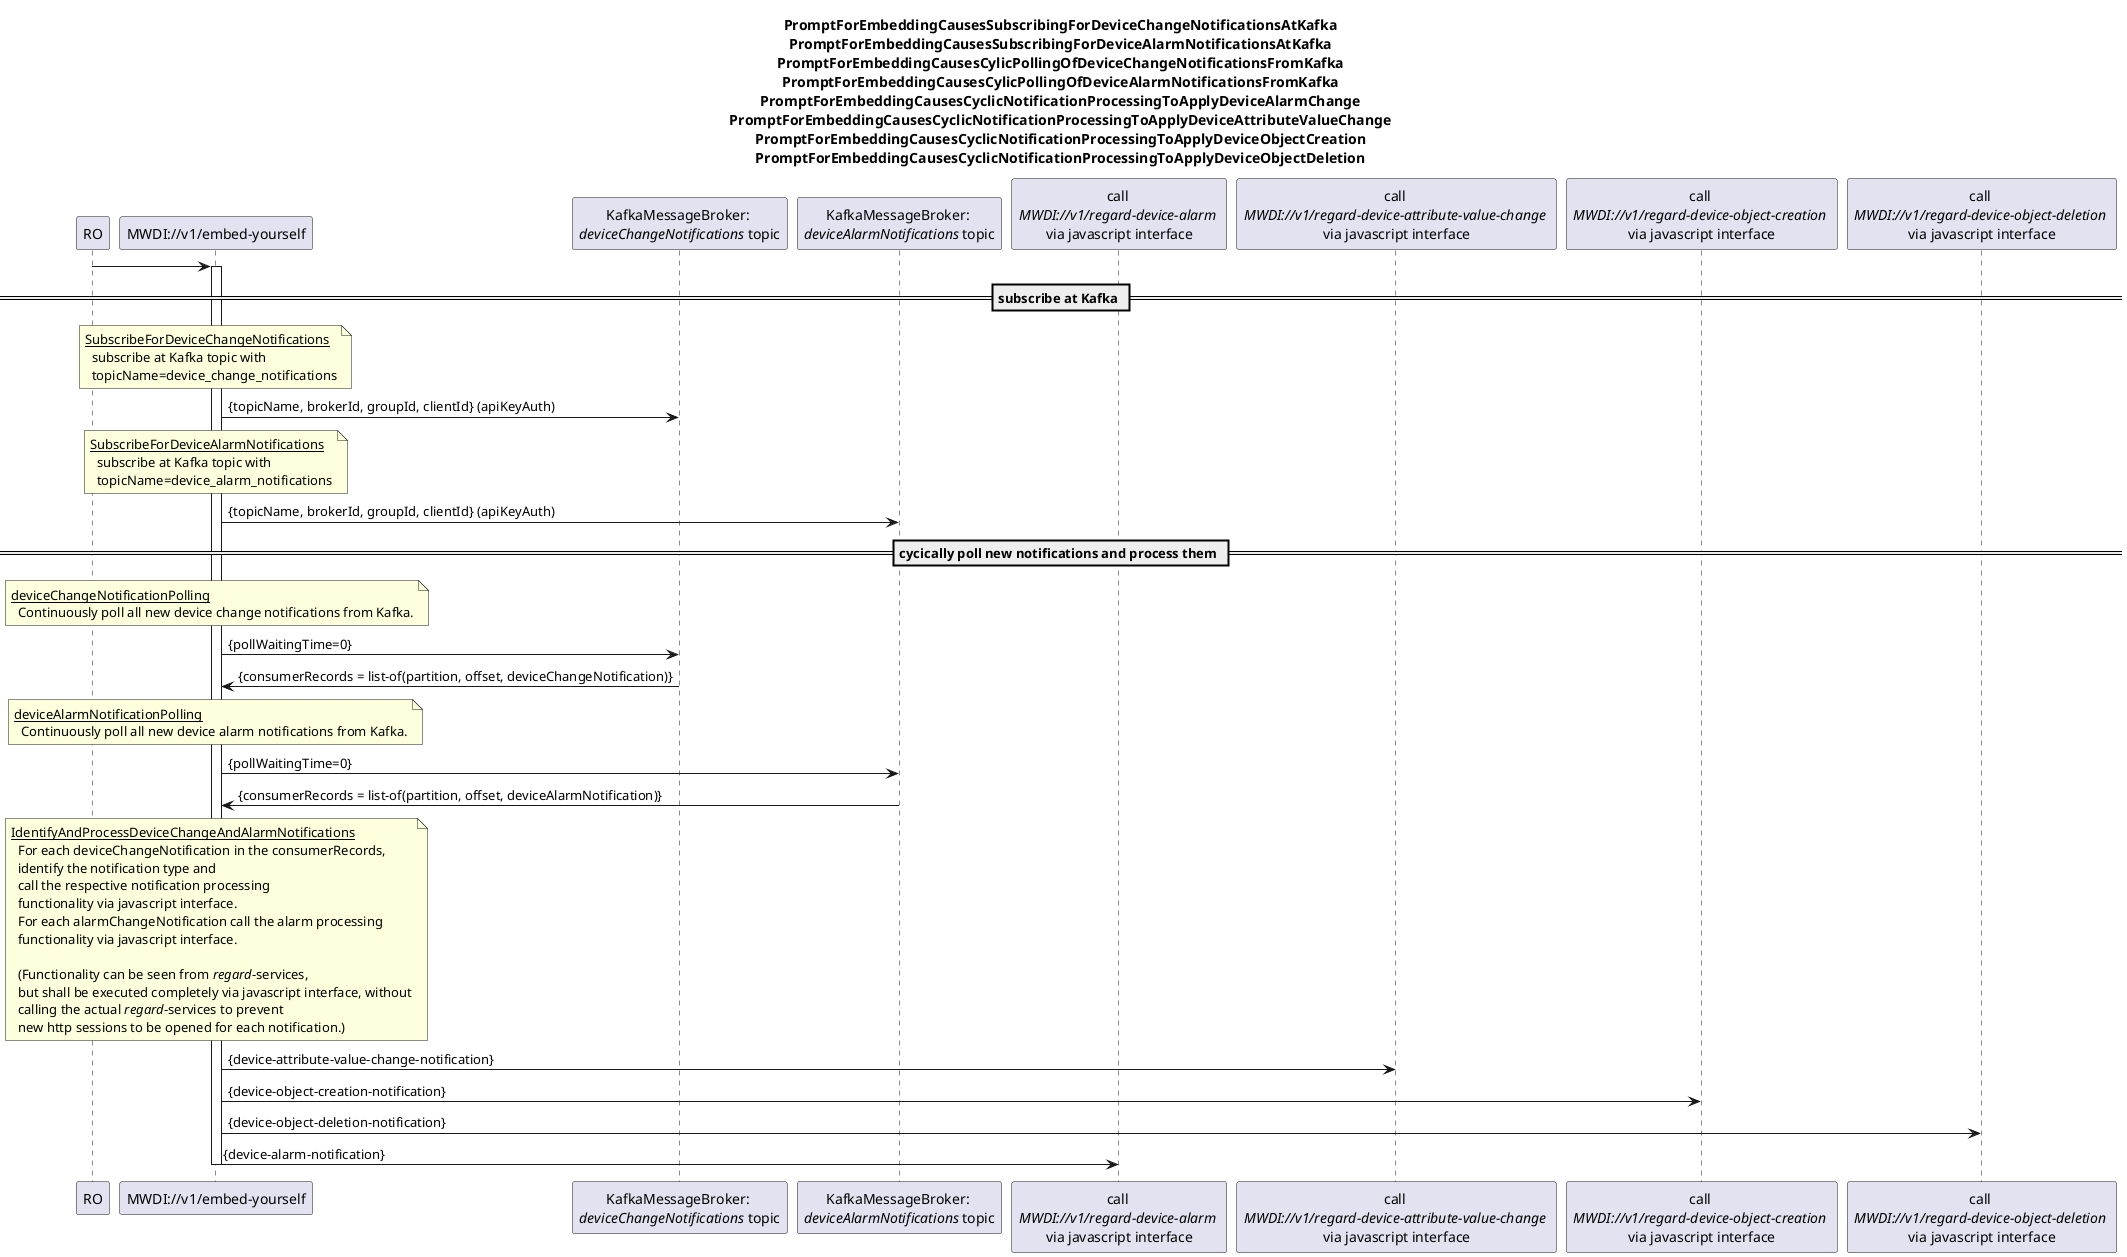
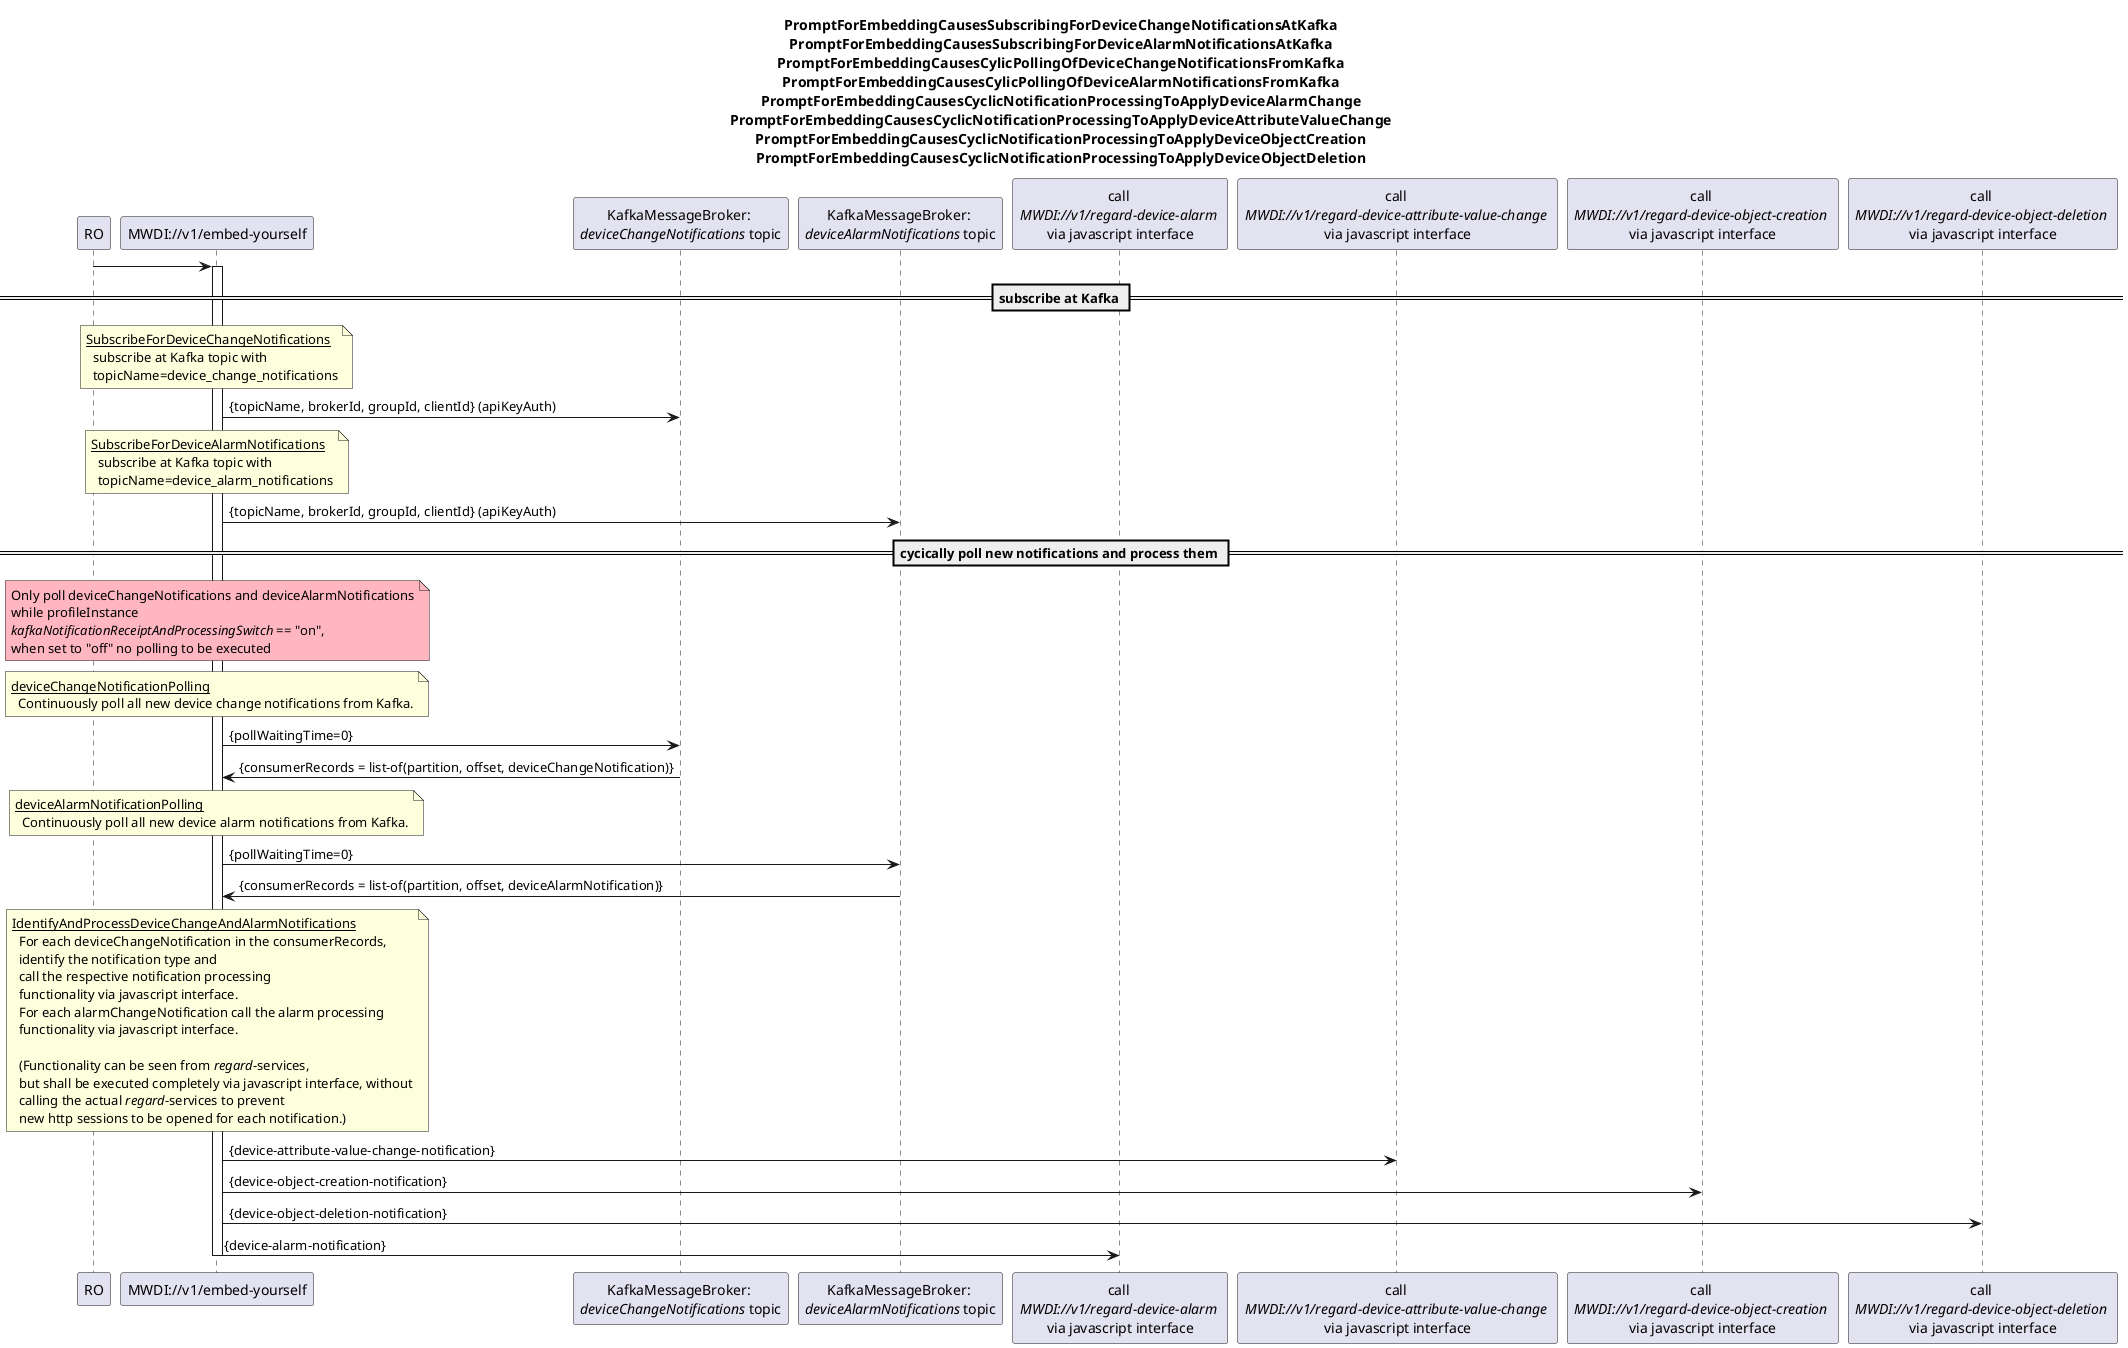
@startuml 01x_NotificationPollingFromKafkaAndProcessing
skinparam responseMessageBelowArrow true

title
PromptForEmbeddingCausesSubscribingForDeviceChangeNotificationsAtKafka
PromptForEmbeddingCausesSubscribingForDeviceAlarmNotificationsAtKafka
PromptForEmbeddingCausesCylicPollingOfDeviceChangeNotificationsFromKafka
PromptForEmbeddingCausesCylicPollingOfDeviceAlarmNotificationsFromKafka
PromptForEmbeddingCausesCyclicNotificationProcessingToApplyDeviceAlarmChange
PromptForEmbeddingCausesCyclicNotificationProcessingToApplyDeviceAttributeValueChange
PromptForEmbeddingCausesCyclicNotificationProcessingToApplyDeviceObjectCreation
PromptForEmbeddingCausesCyclicNotificationProcessingToApplyDeviceObjectDeletion
end title

participant "RO" as ro
participant "MWDI://v1/embed-yourself" as mwdi
participant "KafkaMessageBroker: \n<i>deviceChangeNotifications</i> topic" as kafkaDev
participant "KafkaMessageBroker: \n<i>deviceAlarmNotifications</i> topic" as kafkaAlarm
participant "call \n<i>MWDI://v1/regard-device-alarm </i>\nvia javascript interface" as regardAlarm
participant "call \n<i>MWDI://v1/regard-device-attribute-value-change </i>\nvia javascript interface" as regardDevAttChange
participant "call \n<i>MWDI://v1/regard-device-object-creation </i>\nvia javascript interface" as regardDevObjCreation
participant "call \n<i>MWDI://v1/regard-device-object-deletion </i>\nvia javascript interface" as regardDevObjDeletion

ro -> mwdi
activate mwdi


== subscribe at Kafka ==
note over mwdi
<u>SubscribeForDeviceChangeNotifications</u>
  subscribe at Kafka topic with
  topicName=device_change_notifications
end note
mwdi -> kafkaDev: {topicName, brokerId, groupId, clientId} (apiKeyAuth)

note over mwdi
<u>SubscribeForDeviceAlarmNotifications</u>
  subscribe at Kafka topic with
  topicName=device_alarm_notifications
end note
mwdi -> kafkaAlarm: {topicName, brokerId, groupId, clientId} (apiKeyAuth)

== cycically poll new notifications and process them ==
+ note over mwdi #LightPink
+   Only poll deviceChangeNotifications and deviceAlarmNotifications
+   while profileInstance
+   <i>kafkaNotificationReceiptAndProcessingSwitch</i> == "on",
+   when set to "off" no polling to be executed
+ end note
+ 
note over mwdi
<u>deviceChangeNotificationPolling</u>
  Continuously poll all new device change notifications from Kafka.
end note
mwdi -> kafkaDev: {pollWaitingTime=0}
kafkaDev -> mwdi: {consumerRecords = list-of(partition, offset, deviceChangeNotification)}

note over mwdi
<u>deviceAlarmNotificationPolling</u>
  Continuously poll all new device alarm notifications from Kafka.
end note
mwdi -> kafkaAlarm: {pollWaitingTime=0}
kafkaAlarm -> mwdi: {consumerRecords = list-of(partition, offset, deviceAlarmNotification)}

note over mwdi
<u>IdentifyAndProcessDeviceChangeAndAlarmNotifications</u>
  For each deviceChangeNotification in the consumerRecords,
  identify the notification type and
  call the respective notification processing
  functionality via javascript interface.
  For each alarmChangeNotification call the alarm processing
  functionality via javascript interface.

  (Functionality can be seen from <i>regard</i>-services,
  but shall be executed completely via javascript interface, without
  calling the actual <i>regard</i>-services to prevent
  new http sessions to be opened for each notification.)
end note
mwdi -> regardDevAttChange: {device-attribute-value-change-notification}
mwdi -> regardDevObjCreation: {device-object-creation-notification}
mwdi -> regardDevObjDeletion: {device-object-deletion-notification}
mwdi -> regardAlarm: {device-alarm-notification}

deactivate mwdi

@enduml